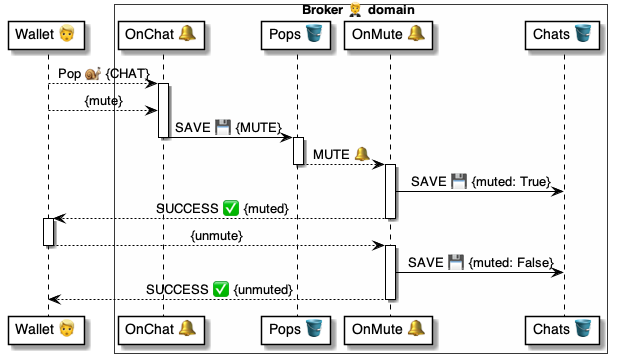
This is 4 ⚙️ Solution/20 🧑‍🦰 UI/Brokers 🤵/🤵🪣 Broker tables/Pops 🎈 table/🪣🧱 33 Chat » Mute 🔔/🤵 OnChatMute ⚙️ uml.png from pollyweb-org/pollyweb-docs, a PlantUML export, as it was before one commit. Its source is kept beside it as 4 ⚙️ Solution/20 🧑‍🦰 UI/Brokers 🤵/🤵🪣 Broker tables/Pops 🎈 table/🪣🧱 33 Chat » Mute 🔔/🤵 OnChatMute ⚙️ uml.puml. Source of this version:
```plantuml
@startuml OnChatMute

participant "Wallet 👱" as wallet
box Broker 🤵 domain #FFFFFA
    participant "OnChat 🔔" as onChat
    participant "Pops 🪣" as pops
    participant "OnMute 🔔" as onMute
    participant "Chats 🪣" as chats
end box


wallet --> onChat: Pop 🐌 {CHAT}

activate onChat
    wallet --> onChat: {mute}
    onChat -> pops: SAVE 💾 {MUTE}
deactivate onChat

activate pops
    pops --> onMute: MUTE 🔔
deactivate pops

activate onMute
    onMute -> chats: SAVE 💾 {muted: True}
    onMute --> wallet: SUCCESS ✅ {muted}
deactivate onMute

activate wallet
    wallet --> onMute: {unmute}
deactivate wallet

activate onMute
    onMute -> chats: SAVE 💾 {muted: False}
    onMute --> wallet: SUCCESS ✅ {unmuted}
deactivate onMute


@enduml
```
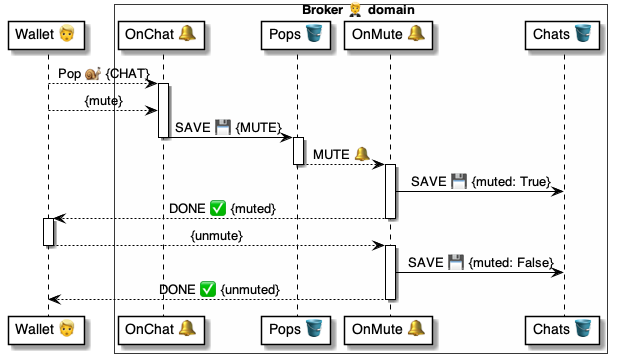
The same file after the commit.

What changed in the source:
```diff
@@ -22,7 +22,7 @@
 
 activate onMute
     onMute -> chats: SAVE 💾 {muted: True}
-    onMute --> wallet: SUCCESS ✅ {muted}
+    onMute --> wallet: DONE ✅ {muted}
 deactivate onMute
 
 activate wallet
@@ -31,7 +31,7 @@
 
 activate onMute
     onMute -> chats: SAVE 💾 {muted: False}
-    onMute --> wallet: SUCCESS ✅ {unmuted}
+    onMute --> wallet: DONE ✅ {unmuted}
 deactivate onMute
 
 
```
